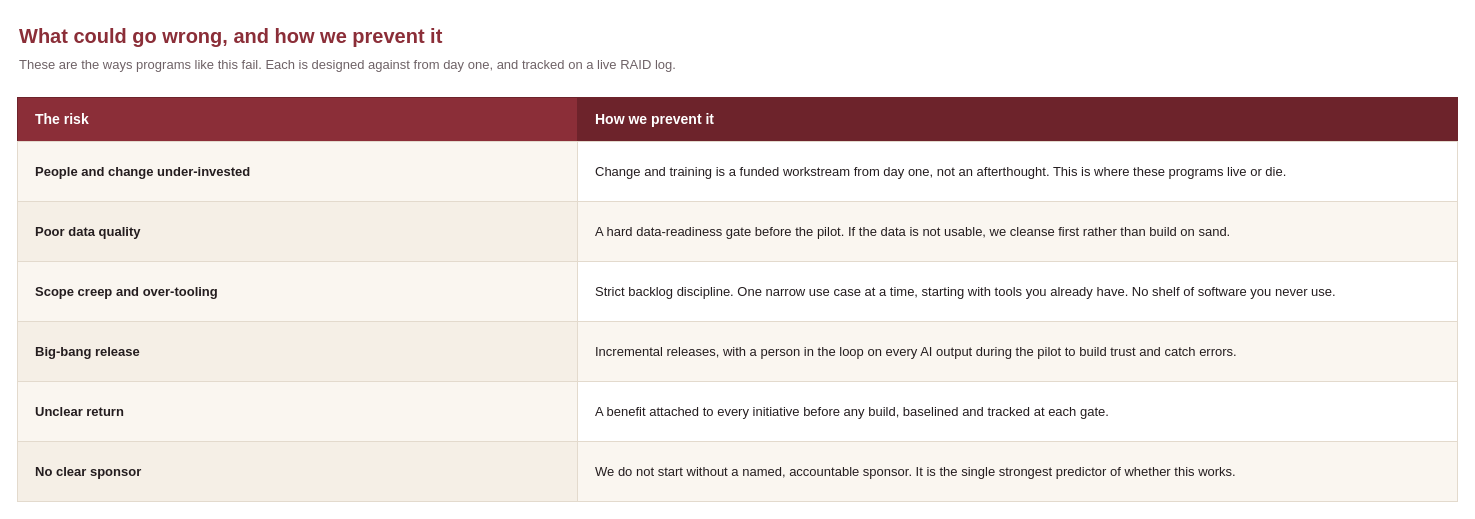
This is diagrams/8-risk.drawio from ademczuk/top-spirit-delivery, a draw.io file, before an edit. Source tidied: cells renumbered, new cells numbered last; positions are measured from the earlier drawing's top-left corner, leaving out a move shared by most shapes. Both pictures are drawn from the tidied source at 100%, with x=0, y=0 at pixel (17, 17).
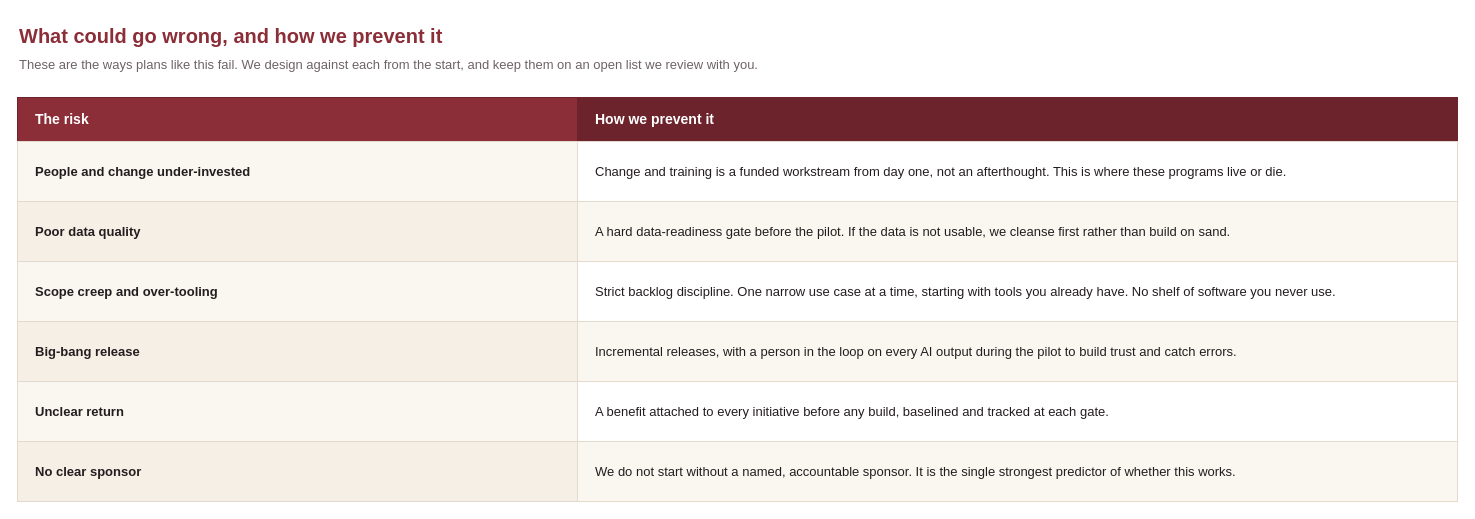
Above is the later version.

Change to the diagram source:
```diff
@@
 <mxGraphModel background="#ffffff">
   <root>
     <mxCell id="0" />
     <mxCell id="1" parent="0" />
     <mxCell id="2" value="What could go wrong, and how we prevent it" style="text;html=1;align=left;verticalAlign=middle;fontColor=#8b2e38;fontSize=20;fontStyle=1;" parent="1" vertex="1">
       <mxGeometry width="1420" height="36" as="geometry" />
     </mxCell>
-    <mxCell id="3" value="These are the ways programs like this fail. Each is designed against from day one, and tracked on a live RAID log." style="text;html=1;align=left;verticalAlign=middle;fontColor=#6e6266;fontSize=13;" parent="1" vertex="1">
+    <mxCell id="3" value="These are the ways plans like this fail. We design against each from the start, and keep them on an open list we review with you." style="text;html=1;align=left;verticalAlign=middle;fontColor=#6e6266;fontSize=13;" parent="1" vertex="1">
       <mxGeometry y="36" width="1420" height="22" as="geometry" />
     </mxCell>
     <mxCell id="4" value="The risk" style="rounded=0;html=1;whiteSpace=wrap;fillColor=#8b2e38;strokeColor=#6d232b;fontColor=#ffffff;fontSize=14;fontStyle=1;align=left;verticalAlign=middle;spacingLeft=16;" parent="1" vertex="1">
       <mxGeometry y="80" width="560" height="44" as="geometry" />
     </mxCell>
     <mxCell id="5" value="How we prevent it" style="rounded=0;html=1;whiteSpace=wrap;fillColor=#6d232b;strokeColor=#6d232b;fontColor=#ffffff;fontSize=14;fontStyle=1;align=left;verticalAlign=middle;spacingLeft=16;" parent="1" vertex="1">
       <mxGeometry x="560" y="80" width="880" height="44" as="geometry" />
     </mxCell>
     <mxCell id="6" value="People and change under-invested" style="rounded=0;html=1;whiteSpace=wrap;fillColor=#faf6f0;strokeColor=#e3dacd;fontColor=#241d1f;fontSize=13;align=left;verticalAlign=middle;spacingLeft=16;fontStyle=1;" parent="1" vertex="1">
       <mxGeometry y="124" width="560" height="60" as="geometry" />
     </mxCell>
     <mxCell id="7" value="Change and training is a funded workstream from day one, not an afterthought. This is where these programs live or die." style="rounded=0;html=1;whiteSpace=wrap;fillColor=#ffffff;strokeColor=#e3dacd;fontColor=#241d1f;fontSize=13;align=left;verticalAlign=middle;spacingLeft=16;" parent="1" vertex="1">
       <mxGeometry x="560" y="124" width="880" height="60" as="geometry" />
     </mxCell>
     <mxCell id="8" value="Poor data quality" style="rounded=0;html=1;whiteSpace=wrap;fillColor=#f5efe6;strokeColor=#e3dacd;fontColor=#241d1f;fontSize=13;align=left;verticalAlign=middle;spacingLeft=16;fontStyle=1;" parent="1" vertex="1">
       <mxGeometry y="184" width="560" height="60" as="geometry" />
     </mxCell>
     <mxCell id="9" value="A hard data-readiness gate before the pilot. If the data is not usable, we cleanse first rather than build on sand." style="rounded=0;html=1;whiteSpace=wrap;fillColor=#faf6f0;strokeColor=#e3dacd;fontColor=#241d1f;fontSize=13;align=left;verticalAlign=middle;spacingLeft=16;" parent="1" vertex="1">
       <mxGeometry x="560" y="184" width="880" height="60" as="geometry" />
     </mxCell>
     <mxCell id="10" value="Scope creep and over-tooling" style="rounded=0;html=1;whiteSpace=wrap;fillColor=#faf6f0;strokeColor=#e3dacd;fontColor=#241d1f;fontSize=13;align=left;verticalAlign=middle;spacingLeft=16;fontStyle=1;" parent="1" vertex="1">
       <mxGeometry y="244" width="560" height="60" as="geometry" />
     </mxCell>
     <mxCell id="11" value="Strict backlog discipline. One narrow use case at a time, starting with tools you already have. No shelf of software you never use." style="rounded=0;html=1;whiteSpace=wrap;fillColor=#ffffff;strokeColor=#e3dacd;fontColor=#241d1f;fontSize=13;align=left;verticalAlign=middle;spacingLeft=16;" parent="1" vertex="1">
       <mxGeometry x="560" y="244" width="880" height="60" as="geometry" />
     </mxCell>
     <mxCell id="12" value="Big-bang release" style="rounded=0;html=1;whiteSpace=wrap;fillColor=#f5efe6;strokeColor=#e3dacd;fontColor=#241d1f;fontSize=13;align=left;verticalAlign=middle;spacingLeft=16;fontStyle=1;" parent="1" vertex="1">
       <mxGeometry y="304" width="560" height="60" as="geometry" />
     </mxCell>
     <mxCell id="13" value="Incremental releases, with a person in the loop on every AI output during the pilot to build trust and catch errors." style="rounded=0;html=1;whiteSpace=wrap;fillColor=#faf6f0;strokeColor=#e3dacd;fontColor=#241d1f;fontSize=13;align=left;verticalAlign=middle;spacingLeft=16;" parent="1" vertex="1">
       <mxGeometry x="560" y="304" width="880" height="60" as="geometry" />
     </mxCell>
     <mxCell id="14" value="Unclear return" style="rounded=0;html=1;whiteSpace=wrap;fillColor=#faf6f0;strokeColor=#e3dacd;fontColor=#241d1f;fontSize=13;align=left;verticalAlign=middle;spacingLeft=16;fontStyle=1;" parent="1" vertex="1">
       <mxGeometry y="364" width="560" height="60" as="geometry" />
     </mxCell>
     <mxCell id="15" value="A benefit attached to every initiative before any build, baselined and tracked at each gate." style="rounded=0;html=1;whiteSpace=wrap;fillColor=#ffffff;strokeColor=#e3dacd;fontColor=#241d1f;fontSize=13;align=left;verticalAlign=middle;spacingLeft=16;" parent="1" vertex="1">
       <mxGeometry x="560" y="364" width="880" height="60" as="geometry" />
     </mxCell>
     <mxCell id="16" value="No clear sponsor" style="rounded=0;html=1;whiteSpace=wrap;fillColor=#f5efe6;strokeColor=#e3dacd;fontColor=#241d1f;fontSize=13;align=left;verticalAlign=middle;spacingLeft=16;fontStyle=1;" parent="1" vertex="1">
       <mxGeometry y="424" width="560" height="60" as="geometry" />
     </mxCell>
     <mxCell id="17" value="We do not start without a named, accountable sponsor. It is the single strongest predictor of whether this works." style="rounded=0;html=1;whiteSpace=wrap;fillColor=#faf6f0;strokeColor=#e3dacd;fontColor=#241d1f;fontSize=13;align=left;verticalAlign=middle;spacingLeft=16;" parent="1" vertex="1">
       <mxGeometry x="560" y="424" width="880" height="60" as="geometry" />
     </mxCell>
   </root>
 </mxGraphModel>
```
